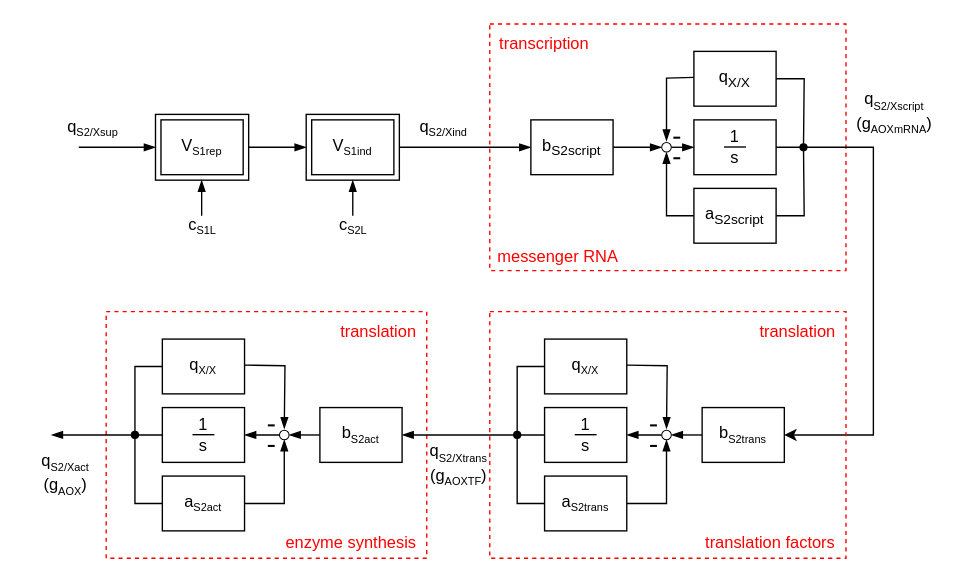
Before: AOXinduction.drawio in Yumatlab/bioprocesssimulation, a draw.io diagram. Source tidied: cells renumbered, new cells numbered last; positions are measured from the earlier drawing's top-left corner, leaving out a move shared by most shapes. Both pictures are drawn from the tidied source at 137%, with x=0, y=0 at pixel (23, 23).
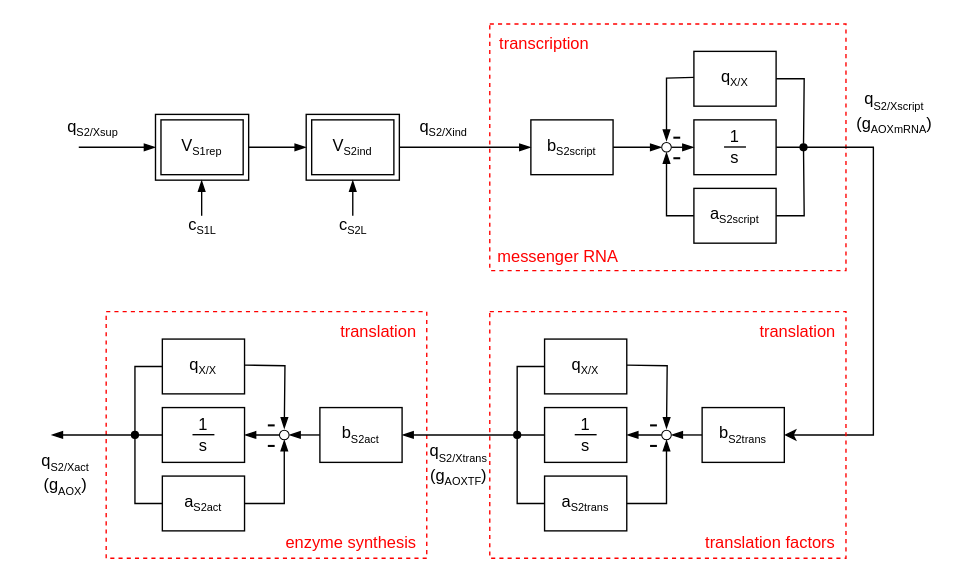
The same diagram, later.

What changed in the source:
```diff
@@
-    <mxCell id="9" value="V&lt;sub&gt;&lt;font style=&quot;font-size: 8px;&quot;&gt;S1ind&lt;/font&gt;&lt;/sub&gt;" style="rounded=0;whiteSpace=wrap;html=1;perimeterSpacing=1;" parent="1" vertex="1">
+    <mxCell id="9" value="V&lt;sub&gt;&lt;font style=&quot;font-size: 8px;&quot;&gt;S2ind&lt;/font&gt;&lt;/sub&gt;" style="rounded=0;whiteSpace=wrap;html=1;perimeterSpacing=1;" parent="1" vertex="1">
       <mxGeometry x="210" y="70" width="60" height="40" as="geometry" />
     </mxCell>
@@
-    <mxCell id="11" value="b&lt;sub&gt;S2script&lt;/sub&gt;" style="rounded=0;whiteSpace=wrap;html=1;" parent="1" vertex="1">
+    <mxCell id="11" value="b&lt;sub&gt;&lt;font style=&quot;font-size: 8px;&quot;&gt;S2script&lt;/font&gt;&lt;/sub&gt;" style="rounded=0;whiteSpace=wrap;html=1;" parent="1" vertex="1">
       <mxGeometry x="370" y="70" width="60" height="40" as="geometry" />
     </mxCell>
@@
-    <mxCell id="24" value="q&lt;sub&gt;X/X&lt;/sub&gt;" style="rounded=0;whiteSpace=wrap;html=1;" parent="1" vertex="1">
+    <mxCell id="24" value="q&lt;sub&gt;&lt;font style=&quot;font-size: 8px;&quot;&gt;X/X&lt;/font&gt;&lt;/sub&gt;" style="rounded=0;whiteSpace=wrap;html=1;" parent="1" vertex="1">
       <mxGeometry x="489" y="20" width="60" height="40" as="geometry" />
     </mxCell>
@@
-    <mxCell id="27" value="a&lt;sub&gt;S2script&lt;/sub&gt;" style="rounded=0;whiteSpace=wrap;html=1;" parent="1" vertex="1">
+    <mxCell id="27" value="a&lt;sub&gt;&lt;font style=&quot;font-size: 8px;&quot;&gt;S2script&lt;/font&gt;&lt;/sub&gt;" style="rounded=0;whiteSpace=wrap;html=1;" parent="1" vertex="1">
       <mxGeometry x="489" y="120" width="60" height="40" as="geometry" />
     </mxCell>
```
